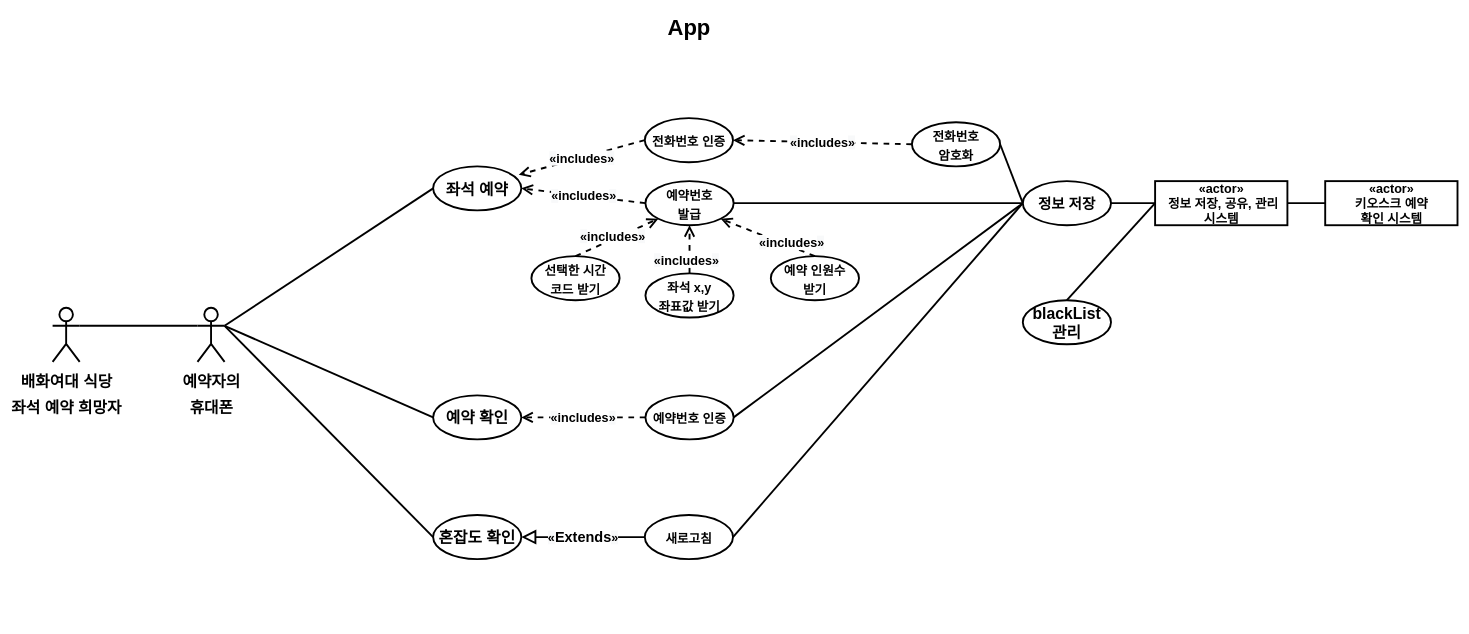
StrongCatWill/SWProject keeps this draw.io diagram as jcw_usecase20220505.drawio. Above is the earlier version. Source tidied: cells renumbered, new cells numbered last; positions are measured from the earlier drawing's top-left corner, leaving out a move shared by most shapes. Both pictures are drawn from the tidied source at 63%, with x=0, y=0 at pixel (52, 11).
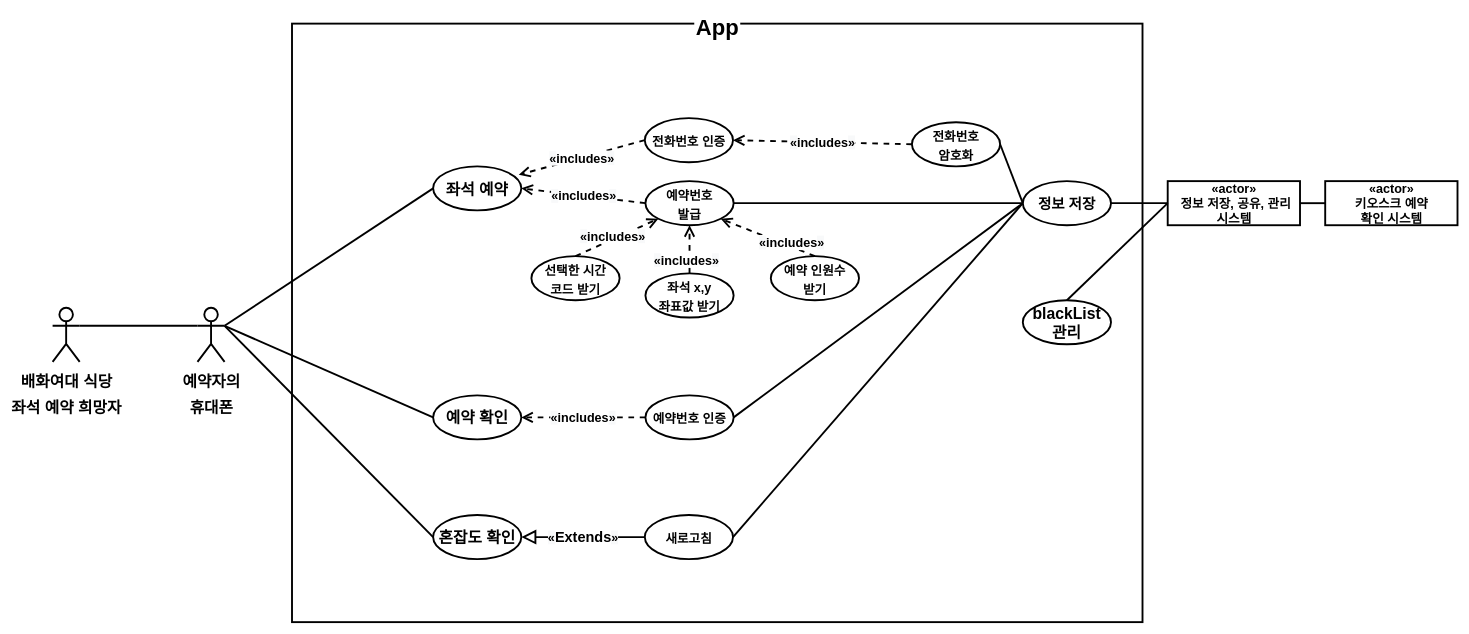
The same page after the edit.

What changed in the source:
```diff
@@
+    <mxCell id="39" style="rounded=0;whiteSpace=wrap;html=1;strokeWidth=3;" parent="1" vertex="1">
+      <mxGeometry x="380" y="20" width="1350" height="950" as="geometry" />
+    </mxCell>
     <mxCell id="2" value="&lt;b&gt;&lt;font style=&quot;font-size: 35px&quot;&gt;App&lt;/font&gt;&lt;/b&gt;" style="text;html=1;align=center;verticalAlign=middle;whiteSpace=wrap;rounded=0;strokeWidth=3;fillColor=default;" parent="1" vertex="1">
-      <mxGeometry x="973.5" width="73" height="50" as="geometry" />
+      <mxGeometry x="1018.5" width="73" height="50" as="geometry" />
     </mxCell>
@@
     <mxCell id="4" value="&lt;b&gt;«actor»&lt;br&gt;&amp;nbsp;정보 저장, 공유, 관리&lt;br&gt;시스템&lt;br&gt;&lt;/b&gt;" style="html=1;fontSize=20;strokeWidth=3;" parent="1" vertex="1">
-      <mxGeometry x="1750" y="270" width="210" height="70" as="geometry" />
+      <mxGeometry x="1770" y="270" width="210" height="70" as="geometry" />
     </mxCell>
```
